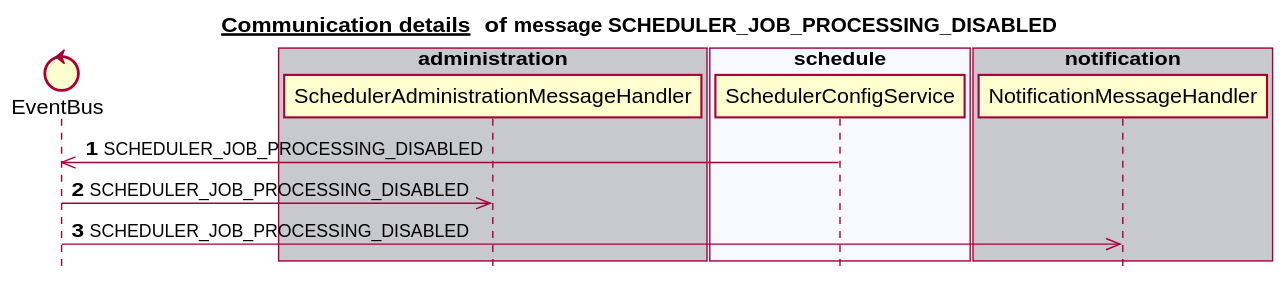
mercedes-benz/sechub keeps this PlantUML diagram as docs/latest/images/gen_domain_messaging_scheduler_job_processing_disabled.svg. Above is the earlier version. Source of this version:
```plantuml
@startuml


title __Communication details __ of **message SCHEDULER_JOB_PROCESSING_DISABLED**
skinparam style strictuml


control EventBus
box "authorization" #C8C8CF
end box
box "scan" #F8F8FF
end box
box "administration" #C8C8CF
   participant SchedulerAdministrationMessageHandler
end box
box "schedule" #F8F8FF
   participant SchedulerConfigService
end box
box "notification" #C8C8CF
   participant NotificationMessageHandler
end box
autonumber 1
SchedulerConfigService ->> EventBus:SCHEDULER_JOB_PROCESSING_DISABLED
EventBus ->> SchedulerAdministrationMessageHandler:SCHEDULER_JOB_PROCESSING_DISABLED
EventBus ->> NotificationMessageHandler:SCHEDULER_JOB_PROCESSING_DISABLED
autonumber stop


@enduml
```
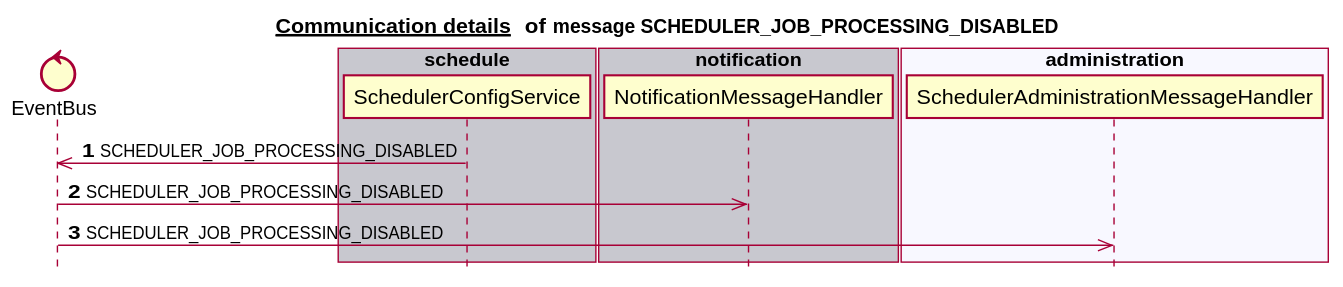
Above is the later version.

What changed in the source:
```diff
@@ -6,23 +6,23 @@
 
 
 control EventBus
-box "authorization" #C8C8CF
+box "schedule" #C8C8CF
+   participant SchedulerConfigService
 end box
 box "scan" #F8F8FF
-end box
-box "administration" #C8C8CF
-   participant SchedulerAdministrationMessageHandler
-end box
-box "schedule" #F8F8FF
-   participant SchedulerConfigService
 end box
 box "notification" #C8C8CF
    participant NotificationMessageHandler
 end box
+box "administration" #F8F8FF
+   participant SchedulerAdministrationMessageHandler
+end box
+box "authorization" #C8C8CF
+end box
 autonumber 1
 SchedulerConfigService ->> EventBus:SCHEDULER_JOB_PROCESSING_DISABLED
+EventBus ->> NotificationMessageHandler:SCHEDULER_JOB_PROCESSING_DISABLED
 EventBus ->> SchedulerAdministrationMessageHandler:SCHEDULER_JOB_PROCESSING_DISABLED
-EventBus ->> NotificationMessageHandler:SCHEDULER_JOB_PROCESSING_DISABLED
 autonumber stop
 
 
```
